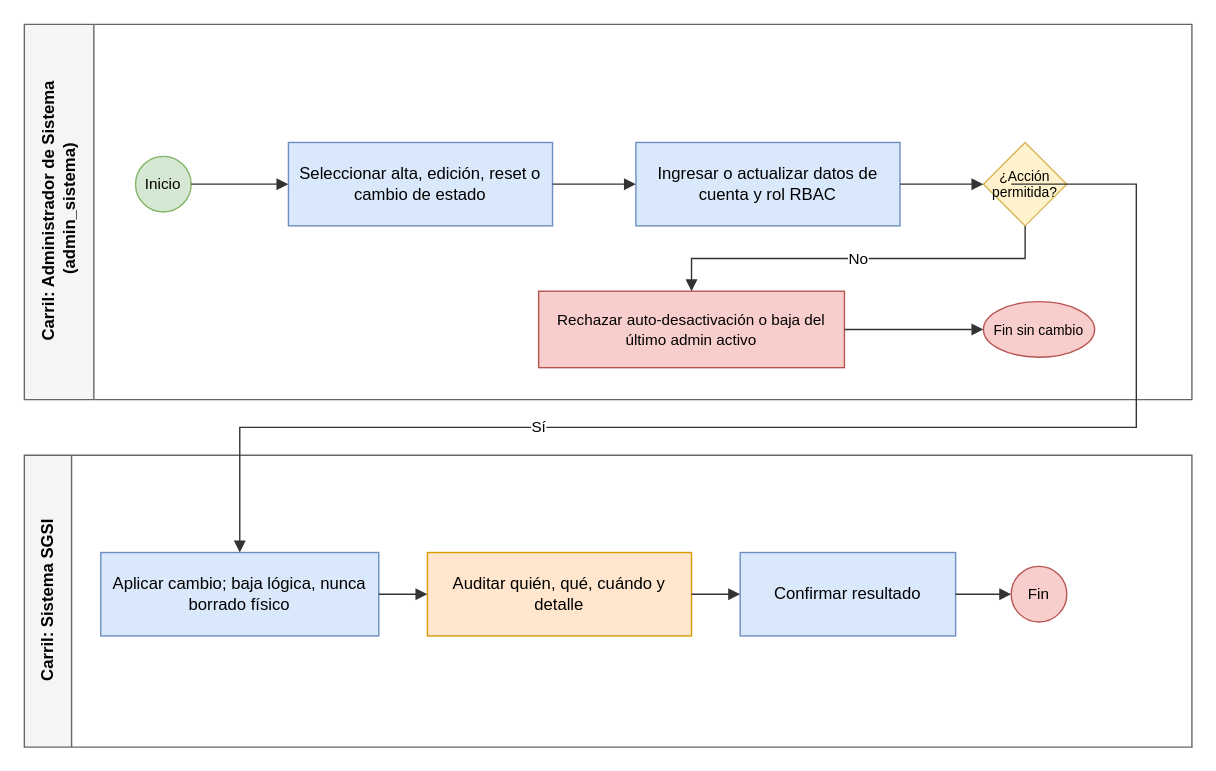
Before: Documentacion/Entregas/U2-Desarrollo_e_Implementacion/03_bpmn/03d_proceso_usuarios.drawio in pbahamondez-inacap/proyectotitulo-inacap-Pbahamondez, a draw.io diagram. Source tidied: cells renumbered, new cells numbered last; positions are measured from the earlier drawing's top-left corner, leaving out a move shared by most shapes. Both pictures are drawn from the tidied source at 139%, with x=0, y=0 at pixel (24, 24).
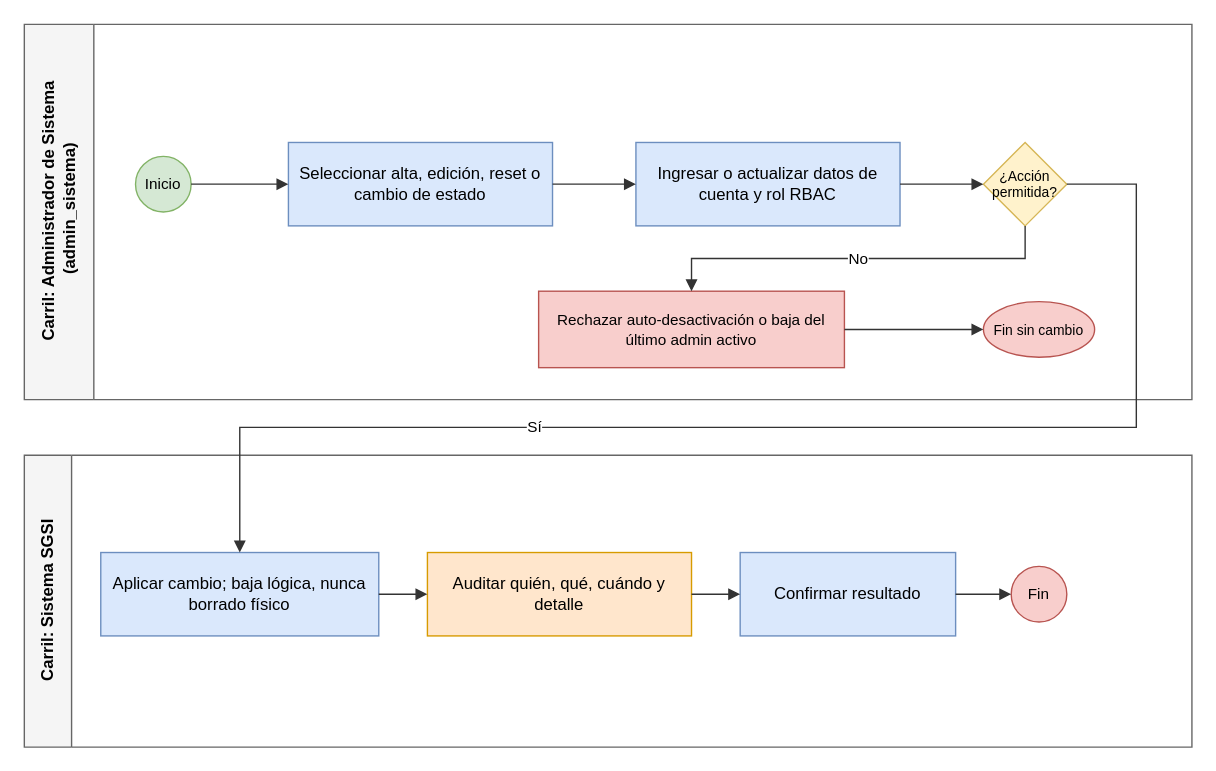
The same diagram, later.

The change refers to these unchanged cells:
```xml
<mxCell id="6" value="¿Acción permitida?" style="rhombus;whiteSpace=wrap;html=1;fillColor=#fff2cc;strokeColor=#d6b656;fontSize=10;" parent="2" vertex="1">
  <mxGeometry x="690" y="85" width="60" height="60" as="geometry" />
</mxCell>
<mxCell id="10" value="Aplicar cambio; baja lógica, nunca borrado físico" style="rounded=0;whiteSpace=wrap;html=1;fillColor=#dae8fc;strokeColor=#6c8ebf;fontSize=12;" parent="9" vertex="1">
  <mxGeometry x="55" y="70" width="200" height="60" as="geometry" />
</mxCell>
```

What changed in the source:
```diff
@@
-    <mxCell id="19" value="Sí" style="edgeStyle=orthogonalEdgeStyle;rounded=0;html=1;endArrow=block;strokeColor=#333333;" parent="1" edge="1" target="10">
-      <mxGeometry x="0.39" relative="1" as="geometry">
-        <mxPoint x="710" y="115" as="sourcePoint" />
+    <mxCell id="19" value="Sí" style="edgeStyle=orthogonalEdgeStyle;rounded=0;html=1;endArrow=block;strokeColor=#333333;exitX=1;exitY=0.5;exitDx=0;exitDy=0;" parent="1" edge="1" source="6" target="10">
+      <mxGeometry x="0.37" relative="1" as="geometry">
         <Array as="points">
           <mxPoint x="800" y="115" />
           <mxPoint x="800" y="290" />
           <mxPoint x="155" y="290" />
         </Array>
       </mxGeometry>
     </mxCell>
```
